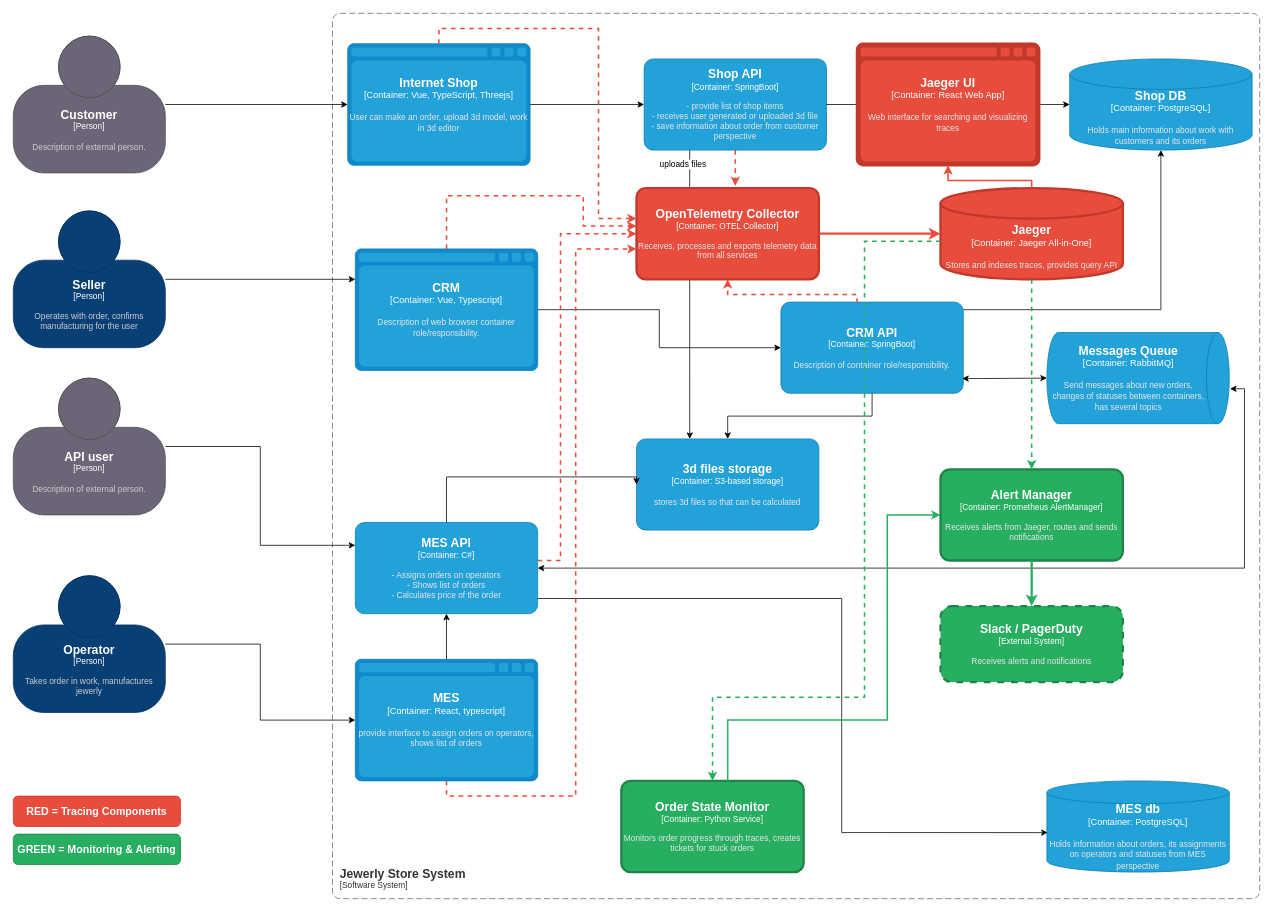
kotenev/architecture-pro-alexandrite keeps this draw.io diagram as Task3/jewerly_c4_model_with_tracing.xml.drawio. Above is the earlier version. Source tidied: cells renumbered, new cells numbered last; positions are measured from the earlier drawing's top-left corner, leaving out a move shared by most shapes. Both pictures are drawn from the tidied source at 76%, with x=0, y=0 at pixel (13, 13).
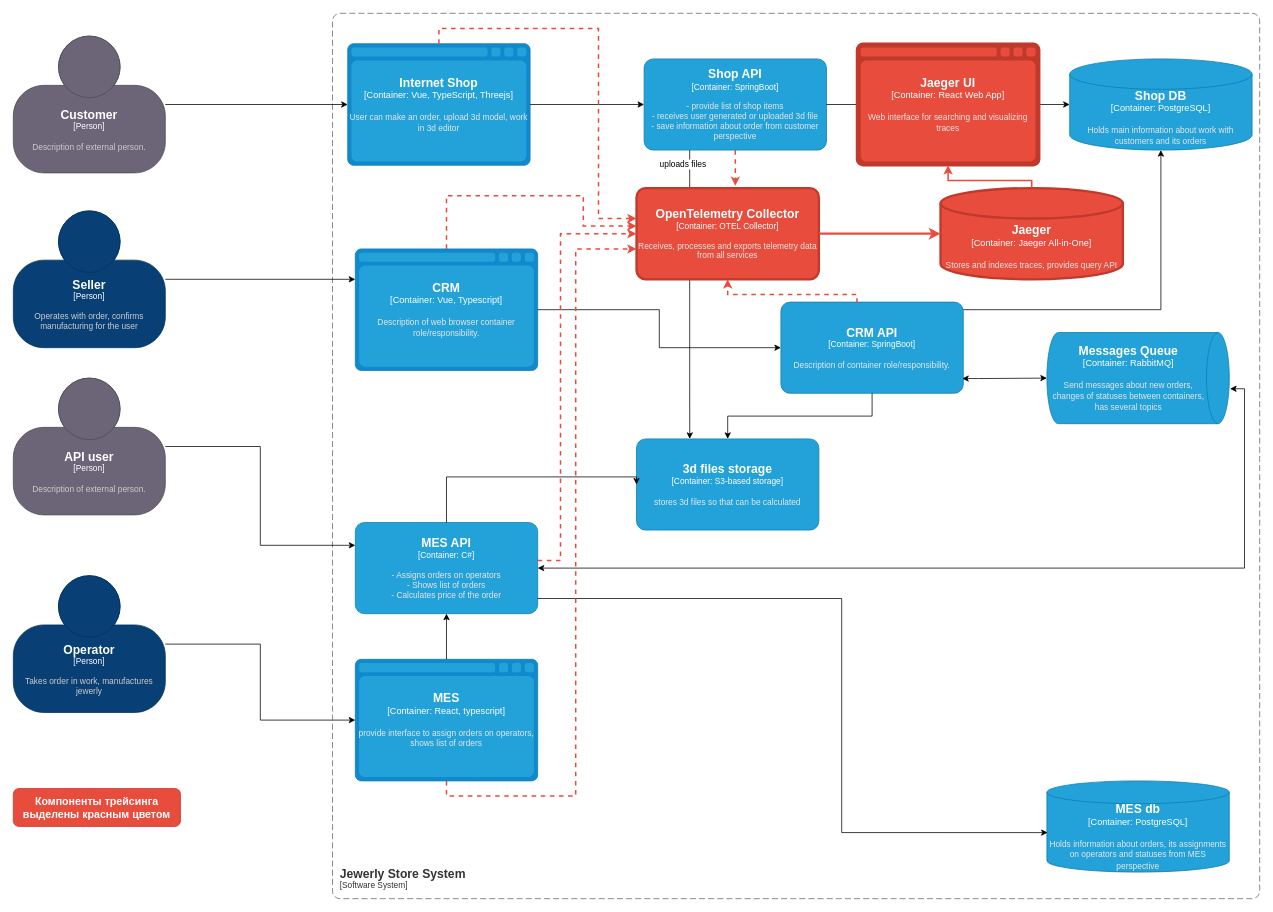
After the change.

Commit message:
В каталоге Task3 обновлена архитектурная C4 диаграмма компонентов с трейсингом (выделены красным)

The change refers to these unchanged cells:
```xml
<object id="34" label="&lt;font style=&quot;font-size: 16px&quot;&gt;&lt;b&gt;%c4Name%&lt;/b&gt;&lt;/font&gt;&lt;div&gt;[%c4Type%: %c4Technology%]&lt;/div&gt;&lt;br&gt;&lt;div&gt;&lt;font style=&quot;font-size: 11px&quot;&gt;&lt;font color=&quot;#E6E6E6&quot;&gt;%c4Description%&lt;/font&gt;&lt;/div&gt;" c4Description="Stores and indexes traces, provides query API" c4Name="Jaeger" c4Technology="Jaeger All-in-One" c4Type="Container" placeholders="1">
  <mxCell style="shape=cylinder3;size=20;whiteSpace=wrap;html=1;boundedLbl=1;rounded=0;labelBackgroundColor=none;fillColor=#E74C3C;fontSize=12;fontColor=#ffffff;align=center;strokeColor=#C0392B;strokeWidth=3;" parent="1" vertex="1">
    <mxGeometry x="1220" y="230" width="240" height="120" as="geometry" />
  </mxCell>
</object>
```

Diff of the diagram source:
```diff
@@
-    <object id="44" label="&lt;font style=&quot;font-size: 16px&quot;&gt;&lt;b&gt;%c4Name%&lt;/b&gt;&lt;/font&gt;&lt;div&gt;[%c4Type%: %c4Technology%]&lt;/div&gt;&lt;br&gt;&lt;div&gt;&lt;font style=&quot;font-size: 11px&quot;&gt;&lt;font color=&quot;#E6E6E6&quot;&gt;%c4Description%&lt;/font&gt;&lt;/div&gt;" c4Description="Receives alerts from Jaeger, routes and sends notifications" c4Name="Alert Manager" c4Technology="Prometheus AlertManager" c4Type="Container" placeholders="1">
-      <mxCell style="rounded=1;whiteSpace=wrap;html=1;fontSize=11;labelBackgroundColor=none;fillColor=#27AE60;fontColor=#ffffff;align=center;arcSize=10;strokeColor=#1E8449;strokeWidth=3;" parent="1" vertex="1">
-        <mxGeometry x="1220" y="600" width="240" height="120" as="geometry" />
-      </mxCell>
-    </object>
-    <object id="45" label="&lt;font style=&quot;font-size: 16px&quot;&gt;&lt;b&gt;%c4Name%&lt;/b&gt;&lt;/font&gt;&lt;div&gt;[%c4Type%: %c4Technology%]&lt;/div&gt;&lt;br&gt;&lt;div&gt;&lt;font style=&quot;font-size: 11px&quot;&gt;&lt;font color=&quot;#E6E6E6&quot;&gt;%c4Description%&lt;/font&gt;&lt;/div&gt;" c4Description="Monitors order progress through traces, creates tickets for stuck orders" c4Name="Order State Monitor" c4Technology="Python Service" c4Type="Container" placeholders="1">
-      <mxCell style="rounded=1;whiteSpace=wrap;html=1;fontSize=11;labelBackgroundColor=none;fillColor=#27AE60;fontColor=#ffffff;align=center;arcSize=10;strokeColor=#1E8449;strokeWidth=3;" parent="1" vertex="1">
-        <mxGeometry x="800" y="1010" width="240" height="120" as="geometry" />
-      </mxCell>
-    </object>
-    <object id="46" label="&lt;font style=&quot;font-size: 16px&quot;&gt;&lt;b&gt;%c4Name%&lt;/b&gt;&lt;/font&gt;&lt;div&gt;[%c4Type%]&lt;/div&gt;&lt;br&gt;&lt;div&gt;&lt;font style=&quot;font-size: 11px&quot;&gt;&lt;font color=&quot;#E6E6E6&quot;&gt;%c4Description%&lt;/font&gt;&lt;/div&gt;" c4Description="Receives alerts and notifications" c4Name="Slack / PagerDuty" c4Type="External System" placeholders="1">
-      <mxCell style="rounded=1;whiteSpace=wrap;html=1;fontSize=11;dashed=1;fillColor=#27AE60;strokeColor=#1E8449;fontColor=#ffffff;strokeWidth=3;" parent="1" vertex="1">
-        <mxGeometry x="1220" y="780" width="240" height="100" as="geometry" />
-      </mxCell>
-    </object>
-    <mxCell id="47" style="edgeStyle=orthogonalEdgeStyle;rounded=0;jettySize=auto;html=1;strokeColor=#27AE60;strokeWidth=2;dashed=1;endArrow=classic;endFill=1;" parent="1" edge="1" source="34" target="44">
-      <mxGeometry relative="1" as="geometry">
-        <Array as="points">
-          <mxPoint x="1340" y="380" />
-          <mxPoint x="1340" y="660" />
-        </Array>
-      </mxGeometry>
-    </mxCell>
-    <mxCell id="48" style="edgeStyle=orthogonalEdgeStyle;rounded=0;jettySize=auto;html=1;strokeColor=#27AE60;strokeWidth=3;endArrow=classic;endFill=1;" parent="1" edge="1" source="44" target="46">
-      <mxGeometry relative="1" as="geometry" />
-    </mxCell>
-    <mxCell id="49" style="edgeStyle=orthogonalEdgeStyle;rounded=0;jettySize=auto;html=1;strokeColor=#27AE60;strokeWidth=2;dashed=1;endArrow=classic;endFill=1;" parent="1" edge="1" source="34" target="45">
-      <mxGeometry relative="1" as="geometry">
-        <Array as="points">
-          <mxPoint x="1120" y="300" />
-          <mxPoint x="1120" y="900" />
-        </Array>
-      </mxGeometry>
-    </mxCell>
-    <mxCell id="50" style="edgeStyle=orthogonalEdgeStyle;rounded=0;jettySize=auto;html=1;strokeColor=#27AE60;strokeWidth=2;endArrow=classic;endFill=1;" parent="1" edge="1" source="45" target="44">
-      <mxGeometry relative="1" as="geometry">
-        <Array as="points">
-          <mxPoint x="940" y="930" />
-          <mxPoint x="1150" y="930" />
-          <mxPoint x="1150" y="660" />
-        </Array>
-      </mxGeometry>
-    </mxCell>
-    <mxCell id="51" value="RED = Tracing Components" style="text;html=1;strokeColor=#C0392B;fillColor=#E74C3C;align=center;verticalAlign=middle;whiteSpace=wrap;rounded=1;fontColor=#ffffff;fontSize=14;fontStyle=1;" parent="1" vertex="1">
-      <mxGeometry y="1030" width="220" height="40" as="geometry" />
+    <mxCell id="51" value="Компоненты трейсинга выделены красным цветом" style="text;html=1;strokeColor=#C0392B;fillColor=#E74C3C;align=center;verticalAlign=middle;whiteSpace=wrap;rounded=1;fontColor=#ffffff;fontSize=14;fontStyle=1;" parent="1" vertex="1">
+      <mxGeometry y="1020" width="220" height="50" as="geometry" />
     </mxCell>
-    <mxCell id="52" value="GREEN = Monitoring &amp; Alerting" style="text;html=1;strokeColor=#1E8449;fillColor=#27AE60;align=center;verticalAlign=middle;whiteSpace=wrap;rounded=1;fontColor=#ffffff;fontSize=14;fontStyle=1;" parent="1" vertex="1">
-      <mxGeometry y="1080" width="220" height="40" as="geometry" />
-    </mxCell>
```
